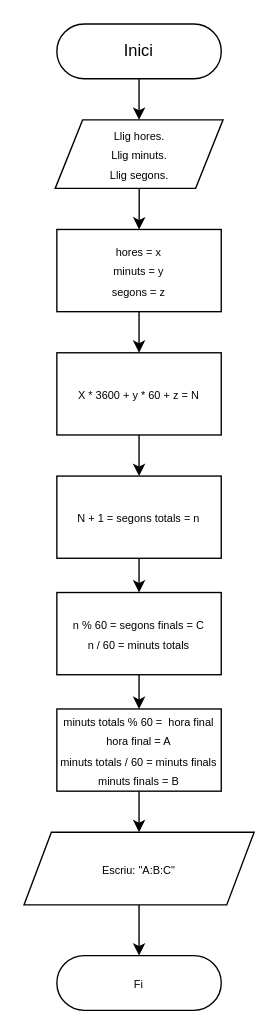
The draw.io diagram Programacion/Diagrama_flux/ex17.drawio in edav03/1DAW, before the edit. Source tidied: cells renumbered, new cells numbered last; positions are measured from the earlier drawing's top-left corner, leaving out a move shared by most shapes. Both pictures are drawn from the tidied source at 137%, with x=0, y=0 at pixel (23, 23).
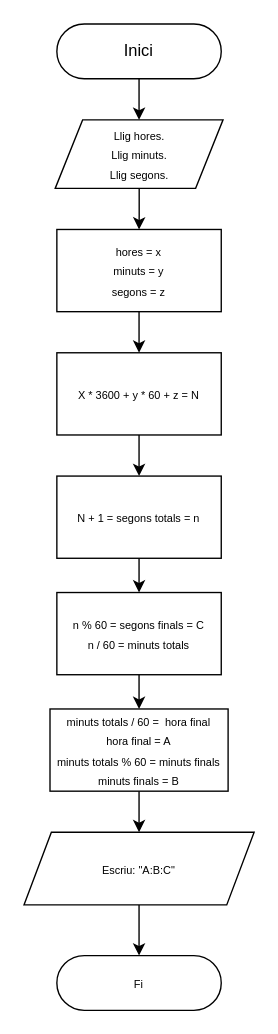
After the change.

Change to the diagram source:
```diff
@@
 <mxGraphModel>
   <root>
     <mxCell id="0" />
     <mxCell id="1" parent="0" />
     <mxCell id="2" style="edgeStyle=orthogonalEdgeStyle;rounded=0;jettySize=auto;html=1;entryX=0.5;entryY=0;entryDx=0;entryDy=0;" parent="1" edge="1" source="3" target="5">
       <mxGeometry relative="1" as="geometry" />
     </mxCell>
     <mxCell id="3" value="Inici" style="rounded=1;whiteSpace=wrap;html=1;arcSize=50;" parent="1" vertex="1">
       <mxGeometry x="24" width="120" height="40" as="geometry" />
     </mxCell>
     <mxCell id="4" style="edgeStyle=orthogonalEdgeStyle;rounded=0;jettySize=auto;html=1;" parent="1" edge="1" source="5" target="7">
       <mxGeometry relative="1" as="geometry" />
     </mxCell>
     <mxCell id="5" value="&lt;font style=&quot;font-size: 8px&quot;&gt;Llig hores.&lt;br&gt;Llig minuts.&lt;br&gt;Llig segons.&lt;br&gt;&lt;/font&gt;" style="shape=parallelogram;perimeter=parallelogramPerimeter;whiteSpace=wrap;html=1;fixedSize=1;" parent="1" vertex="1">
       <mxGeometry x="22.8" y="70" width="122.5" height="50" as="geometry" />
     </mxCell>
     <mxCell id="6" style="edgeStyle=orthogonalEdgeStyle;rounded=0;jettySize=auto;html=1;" parent="1" edge="1" source="7" target="9">
       <mxGeometry relative="1" as="geometry" />
     </mxCell>
     <mxCell id="7" value="&lt;font style=&quot;font-size: 8px&quot;&gt;hores = x&lt;br&gt;minuts = y&lt;br&gt;segons = z&lt;br&gt;&lt;/font&gt;" style="rounded=0;whiteSpace=wrap;html=1;" parent="1" vertex="1">
       <mxGeometry x="24" y="150" width="120" height="60" as="geometry" />
     </mxCell>
     <mxCell id="8" style="edgeStyle=orthogonalEdgeStyle;rounded=0;jettySize=auto;html=1;" parent="1" edge="1" source="9" target="11">
       <mxGeometry relative="1" as="geometry" />
     </mxCell>
     <mxCell id="9" value="&lt;font style=&quot;font-size: 8px&quot;&gt;X * 3600 + y * 60 + z = N&lt;/font&gt;" style="rounded=0;whiteSpace=wrap;html=1;" parent="1" vertex="1">
       <mxGeometry x="24" y="240" width="120" height="60" as="geometry" />
     </mxCell>
     <mxCell id="10" style="edgeStyle=orthogonalEdgeStyle;rounded=0;jettySize=auto;html=1;" parent="1" edge="1" source="11" target="13">
       <mxGeometry relative="1" as="geometry" />
     </mxCell>
     <mxCell id="11" value="&lt;font style=&quot;font-size: 8px&quot;&gt;N + 1 = segons totals = n&lt;/font&gt;" style="rounded=0;whiteSpace=wrap;html=1;" parent="1" vertex="1">
       <mxGeometry x="24" y="330" width="120" height="60" as="geometry" />
     </mxCell>
     <mxCell id="12" style="edgeStyle=orthogonalEdgeStyle;rounded=0;jettySize=auto;html=1;entryX=0.5;entryY=0;entryDx=0;entryDy=0;" parent="1" edge="1" source="13" target="15">
       <mxGeometry relative="1" as="geometry" />
     </mxCell>
     <mxCell id="13" value="&lt;font style=&quot;font-size: 8px&quot;&gt;n % 60 = segons finals = C&lt;br&gt;n / 60 = minuts totals&lt;br&gt;&lt;/font&gt;" style="rounded=0;whiteSpace=wrap;html=1;" parent="1" vertex="1">
       <mxGeometry x="24" y="415" width="120" height="60" as="geometry" />
     </mxCell>
     <mxCell id="14" style="edgeStyle=orthogonalEdgeStyle;rounded=0;jettySize=auto;html=1;entryX=0.5;entryY=0;entryDx=0;entryDy=0;entryPerimeter=0;" parent="1" edge="1" source="15" target="17">
       <mxGeometry relative="1" as="geometry" />
     </mxCell>
-    <mxCell id="15" value="&lt;font style=&quot;font-size: 8px&quot;&gt;minuts totals % 60 =&amp;nbsp; hora final&lt;br&gt;hora final = A&lt;br&gt;minuts totals / 60 = minuts finals&lt;br&gt;minuts finals = B&lt;br&gt;&lt;/font&gt;" style="rounded=0;whiteSpace=wrap;html=1;" parent="1" vertex="1">
-      <mxGeometry x="24" y="500" width="120" height="60" as="geometry" />
+    <mxCell id="15" value="&lt;font style=&quot;font-size: 8px&quot;&gt;minuts totals / 60 =&amp;nbsp; hora final&lt;br&gt;hora final = A&lt;br&gt;minuts totals % 60 = minuts finals&lt;br&gt;minuts finals = B&lt;br&gt;&lt;/font&gt;" style="rounded=0;whiteSpace=wrap;html=1;" parent="1" vertex="1">
+      <mxGeometry x="19" y="500" width="130" height="60" as="geometry" />
     </mxCell>
     <mxCell id="16" style="edgeStyle=orthogonalEdgeStyle;rounded=0;jettySize=auto;html=1;" parent="1" edge="1" source="17" target="18">
       <mxGeometry relative="1" as="geometry" />
     </mxCell>
     <mxCell id="17" value="&lt;font style=&quot;font-size: 8px&quot;&gt;Escriu: &quot;A:B:C&quot;&lt;/font&gt;" style="shape=parallelogram;perimeter=parallelogramPerimeter;whiteSpace=wrap;html=1;fixedSize=1;" parent="1" vertex="1">
       <mxGeometry y="590" width="168" height="53" as="geometry" />
     </mxCell>
     <mxCell id="18" value="&lt;font style=&quot;font-size: 8px&quot;&gt;Fi&lt;/font&gt;" style="rounded=1;whiteSpace=wrap;html=1;arcSize=50;" parent="1" vertex="1">
       <mxGeometry x="24" y="680" width="120" height="40" as="geometry" />
     </mxCell>
   </root>
 </mxGraphModel>
```
